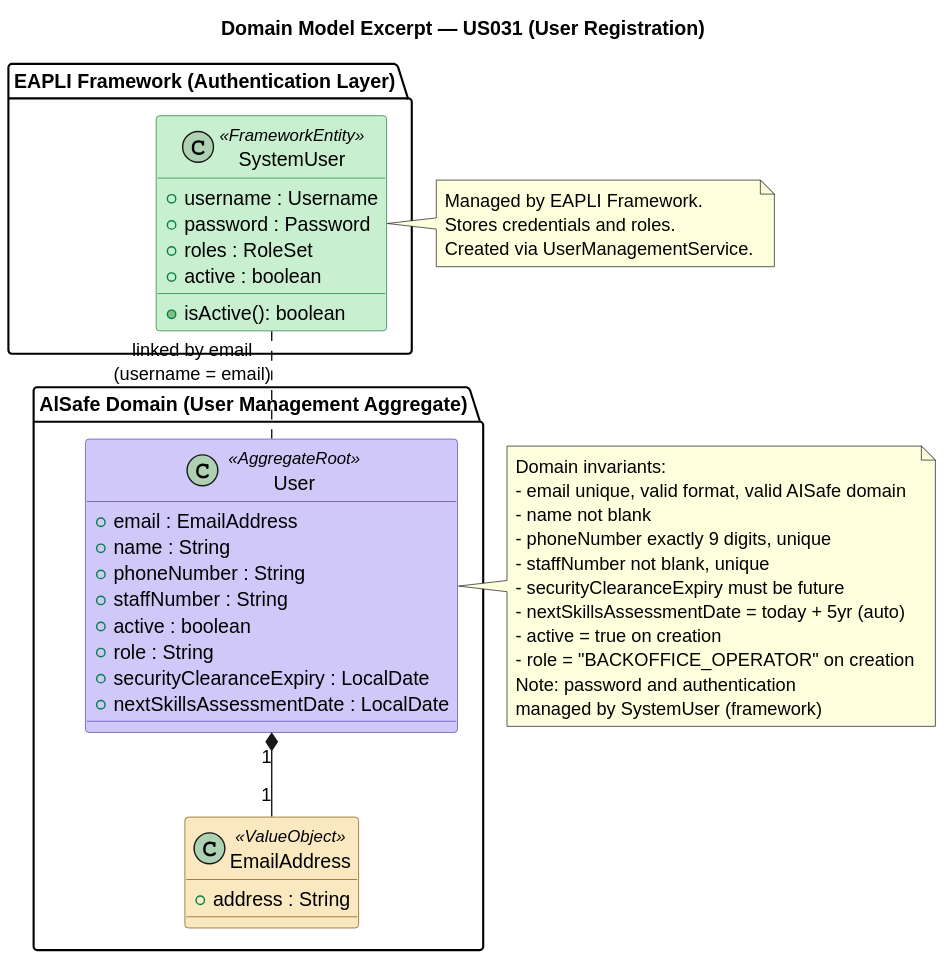
This is docs/Sprint 3/EAPLI/US031/svg/US031-domain-model.svg from DuartePinto1240/sem4pi2526-sem4pi2526_2da2, a PlantUML export, as it was before one commit. Its diagram source:
```plantuml
@startuml
title Domain Model Excerpt — US031 (User Registration)

skinparam linetype ortho
skinparam class {
    BackgroundColor<<AggregateRoot>> #D0C8F8
    BorderColor<<AggregateRoot>> #534AB7
    BackgroundColor<<ValueObject>> #FAE8C0
    BorderColor<<ValueObject>> #854F0B
    BackgroundColor<<FrameworkEntity>> #C8F0D0
    BorderColor<<FrameworkEntity>> #1A7A34
}

package "EAPLI Framework (Authentication Layer)" {
    class SystemUser <<FrameworkEntity>> {
        + username : Username
        + password : Password
        + roles : RoleSet
        + active : boolean
        + isActive(): boolean
    }
}

package "AlSafe Domain (User Management Aggregate)" {
    class User <<AggregateRoot>> {
        + email : EmailAddress
        + name : String
        + phoneNumber : String
        + staffNumber : String
        + active : boolean
        + role : String
        + securityClearanceExpiry : LocalDate
        + nextSkillsAssessmentDate : LocalDate
    }

    class EmailAddress <<ValueObject>> {
        + address : String
    }

    User "1" *-- "1" EmailAddress
}

SystemUser .. User : linked by email\n(username = email)

note right of User
  Domain invariants:
  - email unique, valid format, valid AISafe domain
  - name not blank
  - phoneNumber exactly 9 digits, unique
  - staffNumber not blank, unique
  - securityClearanceExpiry must be future
  - nextSkillsAssessmentDate = today + 5yr (auto)
  - active = true on creation
  - role = "BACKOFFICE_OPERATOR" on creation
  Note: password and authentication
  managed by SystemUser (framework)
end note

note left of SystemUser
  Managed by EAPLI Framework.
  Stores credentials and roles.
  Created via UserManagementService.
end note
@enduml
```
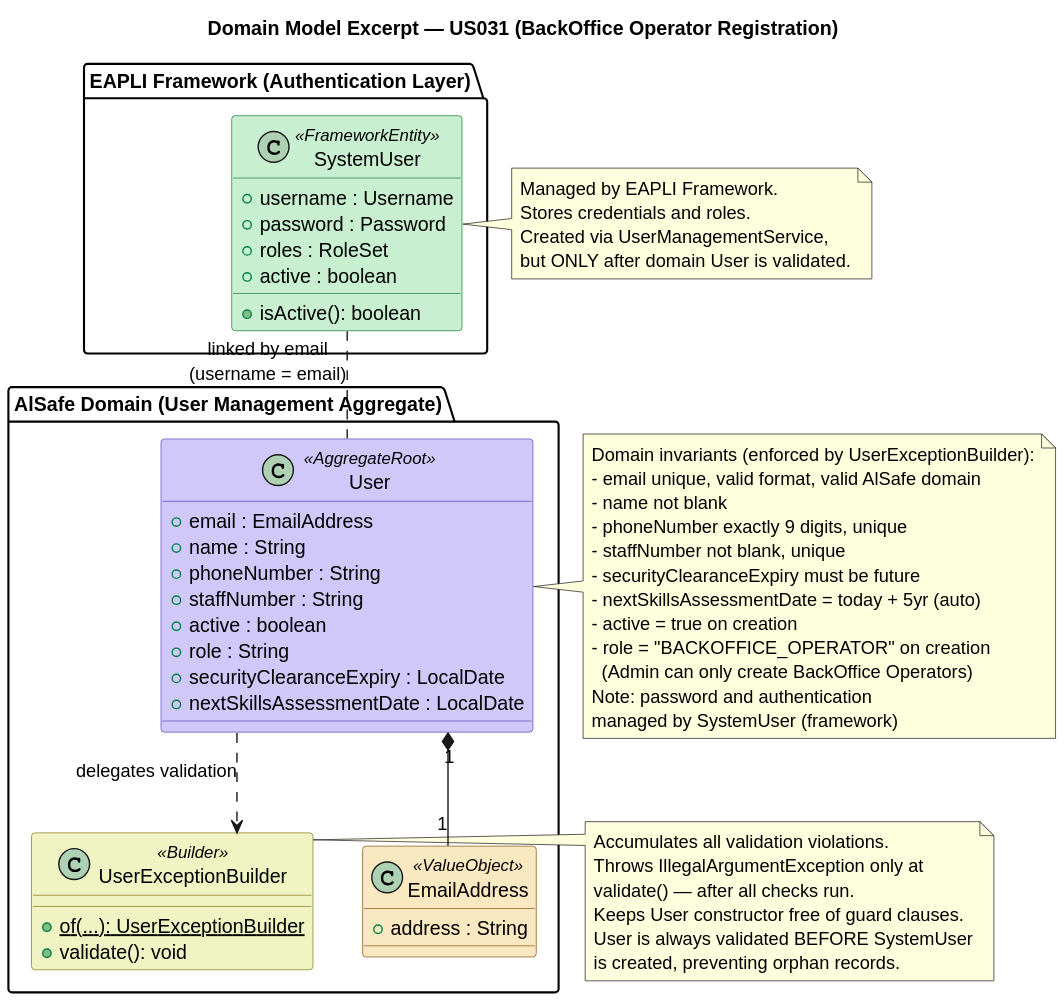
The same file after the commit.

What changed in the source:
```diff
@@ -1,5 +1,5 @@
 @startuml
-title Domain Model Excerpt — US031 (User Registration)
+title Domain Model Excerpt — US031 (BackOffice Operator Registration)
 
 skinparam linetype ortho
 skinparam class {
@@ -9,6 +9,8 @@
     BorderColor<<ValueObject>> #854F0B
     BackgroundColor<<FrameworkEntity>> #C8F0D0
     BorderColor<<FrameworkEntity>> #1A7A34
+    BackgroundColor<<Builder>> #F0F4C3
+    BorderColor<<Builder>> #827717
 }
 
 package "EAPLI Framework (Authentication Layer)" {
@@ -33,18 +35,24 @@
         + nextSkillsAssessmentDate : LocalDate
     }
 
+    class UserExceptionBuilder <<Builder>> {
+        + {static} of(...): UserExceptionBuilder
+        + validate(): void
+    }
+
     class EmailAddress <<ValueObject>> {
         + address : String
     }
 
     User "1" *-- "1" EmailAddress
+    User ..> UserExceptionBuilder : delegates validation
 }
 
 SystemUser .. User : linked by email\n(username = email)
 
 note right of User
-  Domain invariants:
-  - email unique, valid format, valid AISafe domain
+  Domain invariants (enforced by UserExceptionBuilder):
+  - email unique, valid format, valid AlSafe domain
   - name not blank
   - phoneNumber exactly 9 digits, unique
   - staffNumber not blank, unique
@@ -52,13 +60,24 @@
   - nextSkillsAssessmentDate = today + 5yr (auto)
   - active = true on creation
   - role = "BACKOFFICE_OPERATOR" on creation
+    (Admin can only create BackOffice Operators)
   Note: password and authentication
   managed by SystemUser (framework)
+end note
+
+note right of UserExceptionBuilder
+  Accumulates all validation violations.
+  Throws IllegalArgumentException only at
+  validate() — after all checks run.
+  Keeps User constructor free of guard clauses.
+  User is always validated BEFORE SystemUser
+  is created, preventing orphan records.
 end note
 
 note left of SystemUser
   Managed by EAPLI Framework.
   Stores credentials and roles.
-  Created via UserManagementService.
+  Created via UserManagementService,
+  but ONLY after domain User is validated.
 end note
 @enduml
```
